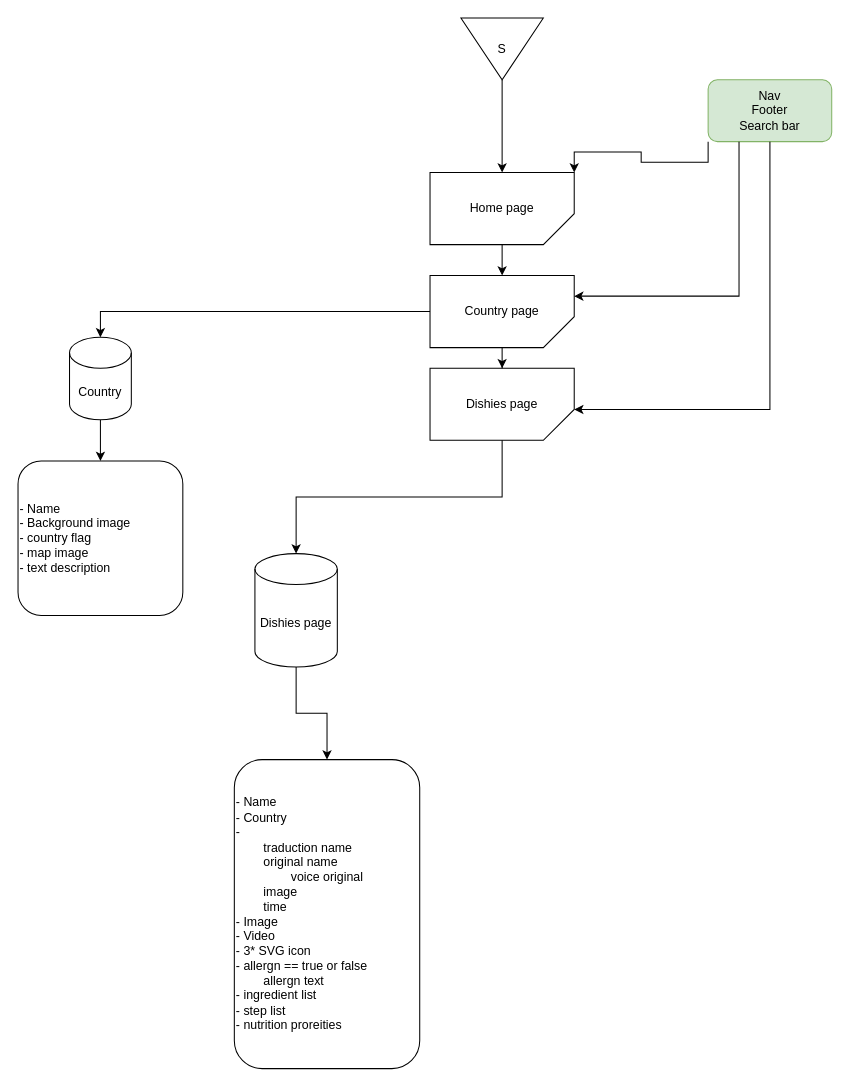
This is FlowChart/worldKitchen.drawio from David-Melik/WorldKitchen, a draw.io file, before an edit. Source tidied: cells renumbered, new cells numbered last; positions are measured from the earlier drawing's top-left corner, leaving out a move shared by most shapes. Both pictures are drawn from the tidied source at 103%, with x=0, y=0 at pixel (18, 18).
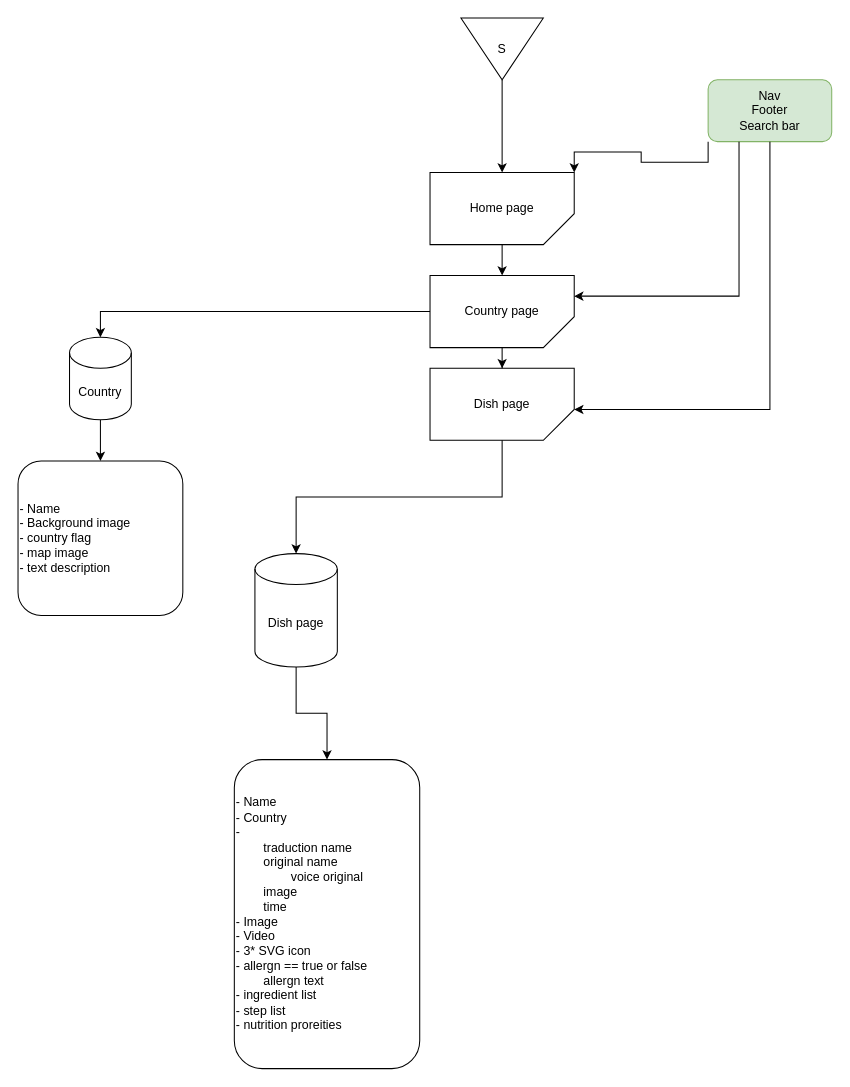
Above is the later version.

Diff of the diagram source:
```diff
@@
-    <mxCell id="5" value="Dishies page" style="shape=card;whiteSpace=wrap;html=1;direction=west;" parent="1" vertex="1">
+    <mxCell id="5" value="Dish page" style="shape=card;whiteSpace=wrap;html=1;direction=west;" parent="1" vertex="1">
       <mxGeometry x="400" y="340" width="140" height="70" as="geometry" />
     </mxCell>
@@
-    <mxCell id="18" value="Dishies page" style="shape=cylinder3;whiteSpace=wrap;html=1;boundedLbl=1;backgroundOutline=1;size=15;" parent="1" vertex="1">
+    <mxCell id="18" value="Dish page" style="shape=cylinder3;whiteSpace=wrap;html=1;boundedLbl=1;backgroundOutline=1;size=15;" parent="1" vertex="1">
       <mxGeometry x="230" y="520" width="80" height="110" as="geometry" />
     </mxCell>
```
